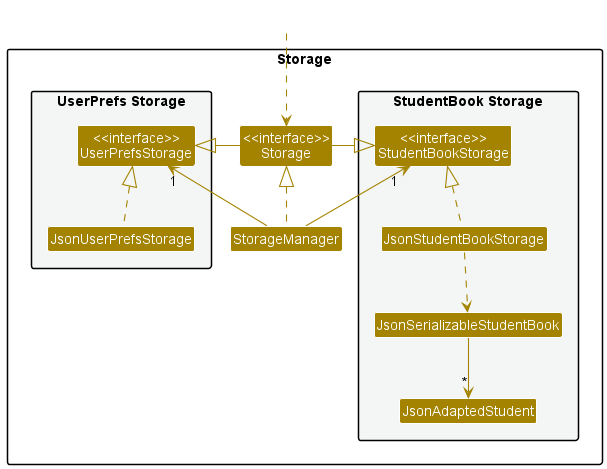
Above: docs/images/StorageClassDiagram.png in nus-cs2103-AY2223S1/tp (PlantUML), before the change.
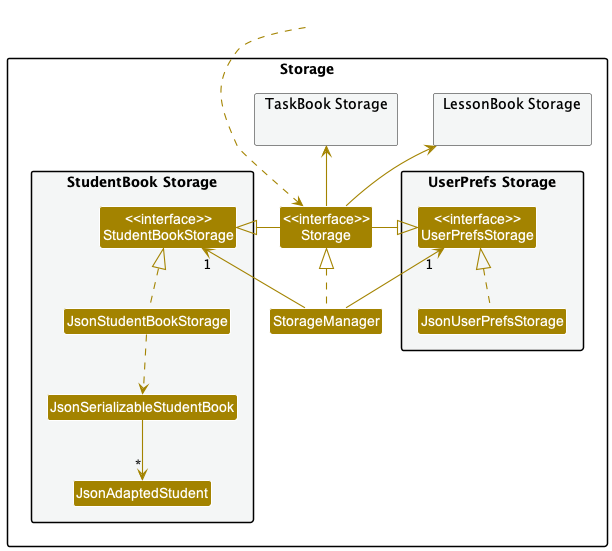
The same file after the commit.

What changed in the source:
```diff
@@ -21,10 +21,19 @@
 Class JsonAdaptedStudent
 }
 
+package "TaskBook Storage" #F4F6F6{
+
+}
+
+package "LessonBook Storage" #F4F6F6{
+
+}
+
 }
 
 Class HiddenOutside #FFFFFF
 HiddenOutside ..> Storage
+HiddenOutside ..[hidden] "LessonBook Storage"
 
 StorageManager .up.|> Storage
 StorageManager -up-> "1" UserPrefsStorage
@@ -32,6 +41,8 @@
 
 Storage -left-|> UserPrefsStorage
 Storage -right-|> StudentBookStorage
+Storage -up-> "TaskBook Storage"
+Storage -up-> "LessonBook Storage"
 
 JsonUserPrefsStorage .up.|> UserPrefsStorage
 JsonStudentBookStorage .up.|> StudentBookStorage
```
